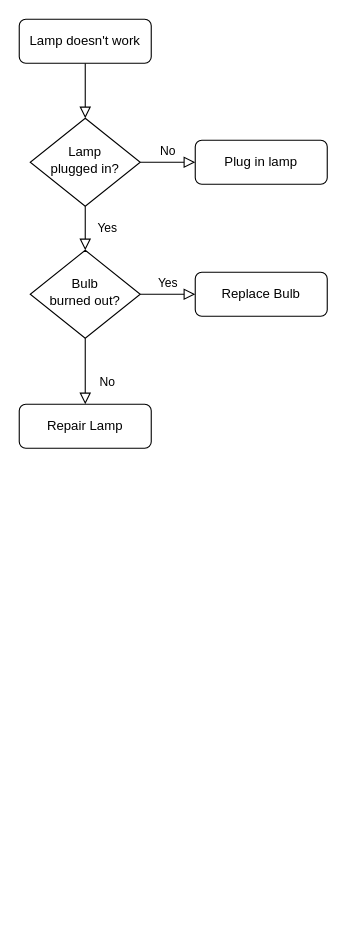
The draw.io diagram 플로우차트.drawio in sybbb1111/growgreen, before the edit. Source tidied: cells renumbered, new cells numbered last; positions are measured from the earlier drawing's top-left corner, leaving out a move shared by most shapes. Both pictures are drawn from the tidied source at 110%, with x=0, y=0 at pixel (19, 19).
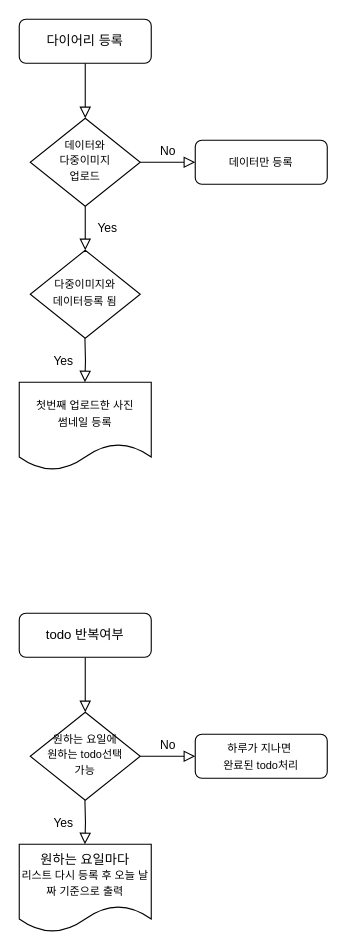
The same diagram, later.

Commit message (it also covers changes not shown here):
플로우차트.drawio 업데이트

Change to the diagram source:
```diff
@@
 <mxGraphModel>
   <root>
     <mxCell id="0" />
     <mxCell id="1" parent="0" />
     <mxCell id="2" style="rounded=0;html=1;jettySize=auto;fontSize=11;endArrow=block;endFill=0;endSize=8;strokeWidth=1;shadow=0;labelBackgroundColor=none;edgeStyle=orthogonalEdgeStyle;" parent="1" edge="1" source="3" target="6">
       <mxGeometry relative="1" as="geometry" />
     </mxCell>
-    <mxCell id="3" value="Lamp doesn't work" style="rounded=1;whiteSpace=wrap;html=1;fontSize=12;glass=0;strokeWidth=1;shadow=0;" parent="1" vertex="1">
+    <mxCell id="3" value="다이어리 등록" style="rounded=1;whiteSpace=wrap;html=1;fontSize=12;glass=0;strokeWidth=1;shadow=0;" parent="1" vertex="1">
       <mxGeometry width="120" height="40" as="geometry" />
     </mxCell>
     <mxCell id="4" value="Yes" style="rounded=0;html=1;jettySize=auto;fontSize=11;endArrow=block;endFill=0;endSize=8;strokeWidth=1;shadow=0;labelBackgroundColor=none;edgeStyle=orthogonalEdgeStyle;" parent="1" edge="1" source="6" target="10">
       <mxGeometry y="20" relative="1" as="geometry" />
     </mxCell>
     <mxCell id="5" value="No" style="edgeStyle=orthogonalEdgeStyle;rounded=0;html=1;jettySize=auto;fontSize=11;endArrow=block;endFill=0;endSize=8;strokeWidth=1;shadow=0;labelBackgroundColor=none;" parent="1" edge="1" source="6" target="7">
       <mxGeometry y="10" relative="1" as="geometry" />
     </mxCell>
-    <mxCell id="6" value="Lamp&lt;br&gt;plugged in?" style="rhombus;whiteSpace=wrap;html=1;shadow=0;fontFamily=Helvetica;fontSize=12;align=center;strokeWidth=1;spacing=6;spacingTop=-4;" parent="1" vertex="1">
+    <mxCell id="6" value="&lt;font style=&quot;font-size: 10px;&quot;&gt;데이터와&lt;br&gt;다중이미지&lt;br&gt;업로드&lt;/font&gt;" style="rhombus;whiteSpace=wrap;html=1;shadow=0;fontFamily=Helvetica;fontSize=12;align=center;strokeWidth=1;spacing=6;spacingTop=-4;" parent="1" vertex="1">
       <mxGeometry x="10" y="90" width="100" height="80" as="geometry" />
     </mxCell>
-    <mxCell id="7" value="Plug in lamp" style="rounded=1;whiteSpace=wrap;html=1;fontSize=12;glass=0;strokeWidth=1;shadow=0;" parent="1" vertex="1">
+    <mxCell id="7" value="&lt;font style=&quot;font-size: 10px;&quot;&gt;데이터만 등록&lt;/font&gt;" style="rounded=1;whiteSpace=wrap;html=1;fontSize=12;glass=0;strokeWidth=1;shadow=0;" parent="1" vertex="1">
       <mxGeometry x="160" y="110" width="120" height="40" as="geometry" />
     </mxCell>
+    <mxCell id="10" value="&lt;font style=&quot;font-size: 10px;&quot;&gt;다중이미지와&lt;br&gt;데이터등록 됨&lt;/font&gt;" style="rhombus;whiteSpace=wrap;html=1;shadow=0;fontFamily=Helvetica;fontSize=12;align=center;strokeWidth=1;spacing=6;spacingTop=-4;" parent="1" vertex="1">
+      <mxGeometry x="10" y="210" width="100" height="80" as="geometry" />
+    </mxCell>
+    <mxCell id="13" value="&lt;font style=&quot;font-size: 10px;&quot;&gt;첫번째 업로드한 사진&lt;br style=&quot;border-color: var(--border-color);&quot;&gt;썸네일 등록&lt;/font&gt;" style="shape=document;whiteSpace=wrap;html=1;boundedLbl=1;" parent="1" vertex="1">
+      <mxGeometry y="330" width="120" height="80" as="geometry" />
+    </mxCell>
+    <mxCell id="14" value="Yes" style="rounded=0;html=1;jettySize=auto;orthogonalLoop=1;fontSize=11;endArrow=block;endFill=0;endSize=8;strokeWidth=1;shadow=0;labelBackgroundColor=none;edgeStyle=orthogonalEdgeStyle;" parent="1" edge="1">
+      <mxGeometry y="20" relative="1" as="geometry">
+        <mxPoint x="59.7" y="290" as="sourcePoint" />
+        <mxPoint x="59.7" y="330" as="targetPoint" />
+      </mxGeometry>
+    </mxCell>
+    <mxCell id="15" style="rounded=0;html=1;jettySize=auto;fontSize=11;endArrow=block;endFill=0;endSize=8;strokeWidth=1;shadow=0;labelBackgroundColor=none;edgeStyle=orthogonalEdgeStyle;" parent="1" edge="1" source="16" target="17">
+      <mxGeometry relative="1" as="geometry" />
+    </mxCell>
+    <mxCell id="16" value="todo 반복여부" style="rounded=1;whiteSpace=wrap;html=1;fontSize=12;glass=0;strokeWidth=1;shadow=0;" parent="1" vertex="1">
+      <mxGeometry y="540" width="120" height="40" as="geometry" />
+    </mxCell>
-    <mxCell id="8" value="No" style="rounded=0;html=1;jettySize=auto;fontSize=11;endArrow=block;endFill=0;endSize=8;strokeWidth=1;shadow=0;labelBackgroundColor=none;edgeStyle=orthogonalEdgeStyle;" parent="1" edge="1" source="10" target="11">
-      <mxGeometry x="0.33" y="20" relative="1" as="geometry" />
+    <mxCell id="8" value="No" style="edgeStyle=orthogonalEdgeStyle;rounded=0;html=1;jettySize=auto;fontSize=11;endArrow=block;endFill=0;endSize=8;strokeWidth=1;shadow=0;labelBackgroundColor=none;" parent="1" edge="1" source="17" target="18">
+      <mxGeometry y="10" relative="1" as="geometry" />
     </mxCell>
-    <mxCell id="9" value="Yes" style="edgeStyle=orthogonalEdgeStyle;rounded=0;html=1;jettySize=auto;fontSize=11;endArrow=block;endFill=0;endSize=8;strokeWidth=1;shadow=0;labelBackgroundColor=none;" parent="1" edge="1" source="10" target="12">
-      <mxGeometry y="10" relative="1" as="geometry" />
-    </mxCell>
-    <mxCell id="10" value="Bulb&lt;br&gt;burned out?" style="rhombus;whiteSpace=wrap;html=1;shadow=0;fontFamily=Helvetica;fontSize=12;align=center;strokeWidth=1;spacing=6;spacingTop=-4;" parent="1" vertex="1">
-      <mxGeometry x="10" y="210" width="100" height="80" as="geometry" />
-    </mxCell>
-    <mxCell id="11" value="Repair Lamp" style="rounded=1;whiteSpace=wrap;html=1;fontSize=12;glass=0;strokeWidth=1;shadow=0;" parent="1" vertex="1">
-      <mxGeometry y="350" width="120" height="40" as="geometry" />
-    </mxCell>
-    <mxCell id="12" value="Replace Bulb" style="rounded=1;whiteSpace=wrap;html=1;fontSize=12;glass=0;strokeWidth=1;shadow=0;" parent="1" vertex="1">
-      <mxGeometry x="160" y="230" width="120" height="40" as="geometry" />
-    </mxCell>
+    <mxCell id="17" value="&lt;font style=&quot;font-size: 10px;&quot;&gt;원하는 요일에&lt;br&gt;원하는 todo선택&lt;br&gt;가능&lt;/font&gt;" style="rhombus;whiteSpace=wrap;html=1;shadow=0;fontFamily=Helvetica;fontSize=12;align=center;strokeWidth=1;spacing=6;spacingTop=-4;" parent="1" vertex="1">
+      <mxGeometry x="10" y="630" width="100" height="80" as="geometry" />
+    </mxCell>
+    <mxCell id="18" value="&lt;span style=&quot;font-size: 10px;&quot;&gt;하루가 지나면&amp;nbsp;&lt;br&gt;완료된 todo처리&lt;br&gt;&lt;/span&gt;" style="rounded=1;whiteSpace=wrap;html=1;fontSize=12;glass=0;strokeWidth=1;shadow=0;" parent="1" vertex="1">
+      <mxGeometry x="160" y="650" width="120" height="40" as="geometry" />
+    </mxCell>
+    <mxCell id="19" value="원하는 요일마다&lt;br style=&quot;border-color: var(--border-color); font-size: 10px;&quot;&gt;&lt;span style=&quot;font-size: 10px;&quot;&gt;리스트 다시 등록 후 오늘 날짜 기준으로 출력&lt;/span&gt;" style="shape=document;whiteSpace=wrap;html=1;boundedLbl=1;" parent="1" vertex="1">
+      <mxGeometry y="750" width="120" height="80" as="geometry" />
+    </mxCell>
+    <mxCell id="20" value="Yes" style="rounded=0;html=1;jettySize=auto;orthogonalLoop=1;fontSize=11;endArrow=block;endFill=0;endSize=8;strokeWidth=1;shadow=0;labelBackgroundColor=none;edgeStyle=orthogonalEdgeStyle;" parent="1" edge="1">
+      <mxGeometry y="20" relative="1" as="geometry">
+        <mxPoint x="59.7" y="710" as="sourcePoint" />
+        <mxPoint x="59.7" y="750" as="targetPoint" />
+      </mxGeometry>
+    </mxCell>
   </root>
 </mxGraphModel>
```
